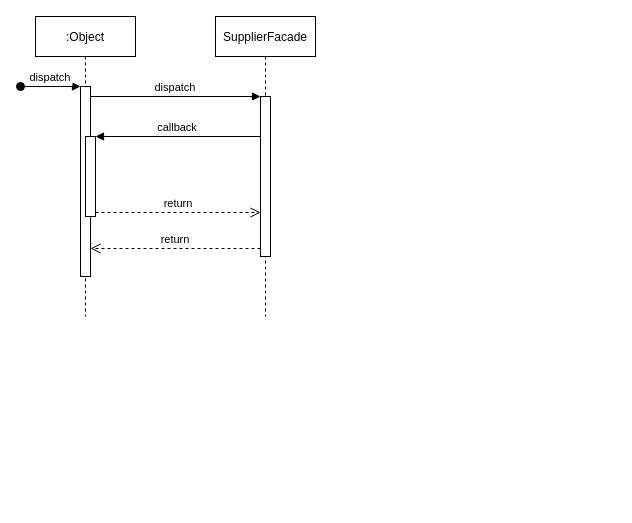
Earlier version of the draw.io diagram Untitled Diagram.drawio (gcijuentes/proyectos). Source tidied: cells renumbered, new cells numbered last; positions are measured from the earlier drawing's top-left corner, leaving out a move shared by most shapes. Both pictures are drawn from the tidied source at 100%, with x=0, y=0 at pixel (20, 16).
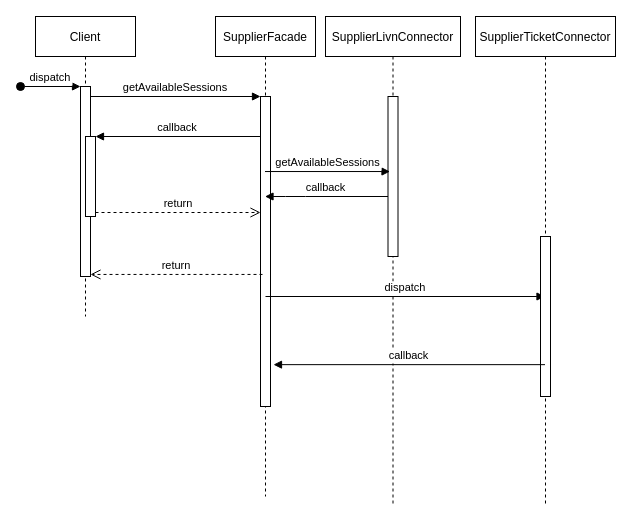
Above is the later version.

Unchanged cells that the change refers to:
```xml
<mxCell id="3" style="points=[];perimeter=orthogonalPerimeter;rounded=0;shadow=0;strokeWidth=1;" parent="2" vertex="1">
  <mxGeometry x="45" y="70" width="10" height="190" as="geometry" />
</mxCell>
```

Change to the diagram source:
```diff
@@
-    <mxCell id="2" value=":Object" style="shape=umlLifeline;perimeter=lifelinePerimeter;rounded=0;shadow=0;strokeWidth=1;" parent="1" vertex="1">
+    <mxCell id="2" value="Client" style="shape=umlLifeline;perimeter=lifelinePerimeter;rounded=0;shadow=0;strokeWidth=1;" parent="1" vertex="1">
       <mxGeometry x="15" width="100" height="300" as="geometry" />
     </mxCell>
@@
     <mxCell id="6" value="SupplierFacade" style="shape=umlLifeline;perimeter=lifelinePerimeter;rounded=0;shadow=0;strokeWidth=1;" parent="1" vertex="1">
-      <mxGeometry x="195" width="100" height="300" as="geometry" />
+      <mxGeometry x="195" width="100" height="480" as="geometry" />
     </mxCell>
     <mxCell id="7" style="points=[];perimeter=orthogonalPerimeter;rounded=0;shadow=0;strokeWidth=1;" parent="6" vertex="1">
-      <mxGeometry x="45" y="80" width="10" height="160" as="geometry" />
+      <mxGeometry x="45" y="80" width="10" height="310" as="geometry" />
     </mxCell>
-    <mxCell id="8" value="return" style="verticalAlign=bottom;endArrow=open;dashed=1;endSize=8;exitX=0;exitY=0.95;shadow=0;strokeWidth=1;" parent="1" edge="1" source="7" target="3">
+    <mxCell id="8" value="return" style="verticalAlign=bottom;endArrow=open;dashed=1;endSize=8;exitX=0.2;exitY=0.574;shadow=0;strokeWidth=1;exitDx=0;exitDy=0;exitPerimeter=0;" parent="1" edge="1" source="7" target="3">
       <mxGeometry relative="1" as="geometry" />
     </mxCell>
-    <mxCell id="9" value="dispatch" style="verticalAlign=bottom;endArrow=block;entryX=0;entryY=0;shadow=0;strokeWidth=1;" parent="1" edge="1" source="3" target="7">
+    <mxCell id="9" value="getAvailableSessions" style="verticalAlign=bottom;endArrow=block;entryX=0;entryY=0;shadow=0;strokeWidth=1;" parent="1" edge="1" source="3" target="7">
       <mxGeometry relative="1" as="geometry" />
     </mxCell>
@@
+    <mxCell id="12" value="SupplierLivnConnector" style="shape=umlLifeline;perimeter=lifelinePerimeter;rounded=0;shadow=0;strokeWidth=1;size=40;" parent="1" vertex="1">
+      <mxGeometry x="305" width="135" height="490" as="geometry" />
+    </mxCell>
+    <mxCell id="13" style="points=[];perimeter=orthogonalPerimeter;rounded=0;shadow=0;strokeWidth=1;" parent="12" vertex="1">
+      <mxGeometry x="62.5" y="80" width="10" height="160" as="geometry" />
+    </mxCell>
+    <mxCell id="14" value="getAvailableSessions" style="verticalAlign=bottom;endArrow=block;entryX=0.2;entryY=0.469;shadow=0;strokeWidth=1;entryDx=0;entryDy=0;entryPerimeter=0;" parent="1" edge="1" source="6" target="13">
+      <mxGeometry relative="1" as="geometry" />
+    </mxCell>
+    <mxCell id="15" value="SupplierTicketConnector" style="shape=umlLifeline;perimeter=lifelinePerimeter;rounded=0;shadow=0;strokeWidth=1;" parent="1" vertex="1">
+      <mxGeometry x="455" width="140" height="490" as="geometry" />
+    </mxCell>
+    <mxCell id="16" value="callback" style="verticalAlign=bottom;endArrow=block;shadow=0;strokeWidth=1;" parent="1" edge="1" source="13" target="6">
+      <mxGeometry relative="1" as="geometry">
+        <Array as="points">
+          <mxPoint x="275" y="180" />
+        </Array>
+      </mxGeometry>
+    </mxCell>
+    <mxCell id="17" value="dispatch" style="verticalAlign=bottom;endArrow=block;shadow=0;strokeWidth=1;" parent="1" edge="1" target="15">
+      <mxGeometry relative="1" as="geometry">
+        <mxPoint x="245" y="280" as="sourcePoint" />
+      </mxGeometry>
+    </mxCell>
+    <mxCell id="18" style="perimeter=orthogonalPerimeter;rounded=0;shadow=0;strokeWidth=1;" parent="1" vertex="1">
+      <mxGeometry x="520" y="220" width="10" height="160" as="geometry" />
+    </mxCell>
+    <mxCell id="19" value="callback" style="verticalAlign=bottom;endArrow=block;entryX=1.3;entryY=0.865;shadow=0;strokeWidth=1;entryDx=0;entryDy=0;entryPerimeter=0;" parent="1" edge="1" source="15" target="7">
+      <mxGeometry relative="1" as="geometry" />
+    </mxCell>
```
